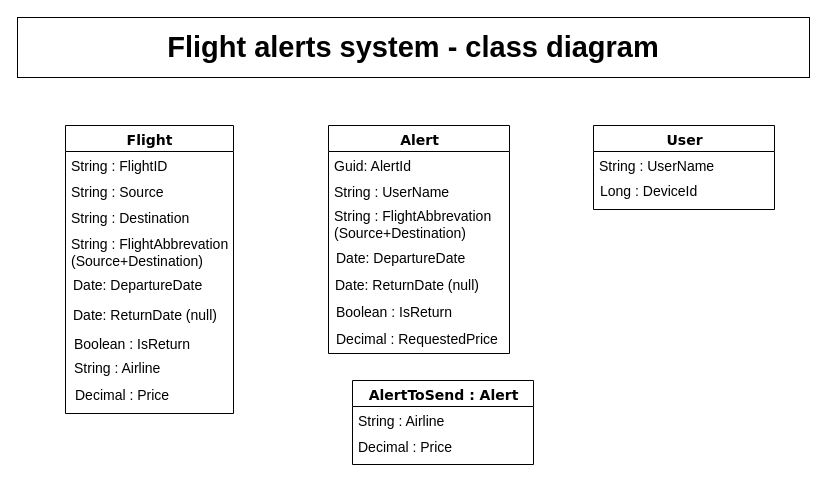
Yairthurem/AlertsSolution keeps this draw.io diagram as ClassDiagram.drawio. Above is the earlier version. Source tidied: cells renumbered, new cells numbered last; positions are measured from the earlier drawing's top-left corner, leaving out a move shared by most shapes. Both pictures are drawn from the tidied source at 100%, with x=0, y=0 at pixel (17, 17).
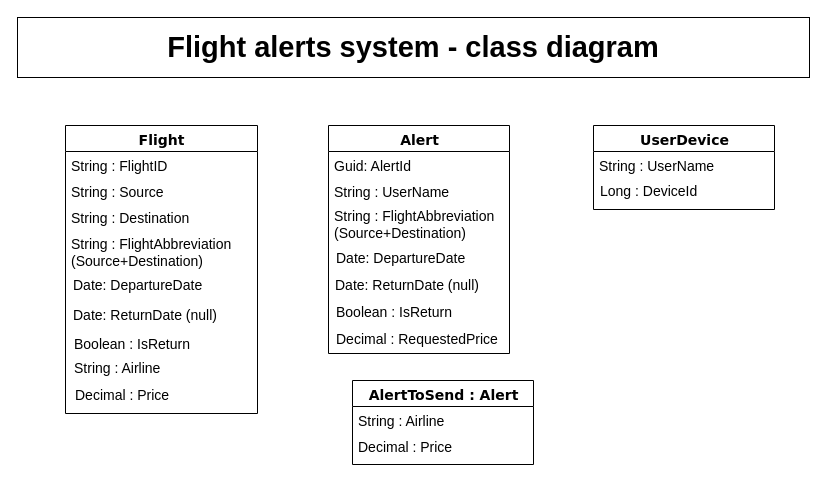
Above is the later version.

Commit message (it also covers changes not shown here):
Update diagrams Add explanation sheet

What changed in the source:
```diff
@@
     <mxCell id="2" value="Flight" style="swimlane;html=1;fontStyle=1;align=center;verticalAlign=top;horizontal=1;startSize=26;swimlaneFillColor=#ffffff;rounded=0;shadow=0;comic=0;labelBackgroundColor=none;strokeWidth=1;fillColor=none;fontFamily=Verdana;fontSize=14;" parent="1" vertex="1">
-      <mxGeometry x="48" y="108" width="168" height="288" as="geometry" />
+      <mxGeometry x="48" y="108" width="192" height="288" as="geometry" />
     </mxCell>
     <mxCell id="3" value="String : FlightID" style="text;html=1;strokeColor=none;fillColor=none;align=left;verticalAlign=top;spacingLeft=4;spacingRight=4;whiteSpace=wrap;overflow=hidden;fontSize=14;" parent="2" vertex="1">
-      <mxGeometry y="26" width="168" height="26" as="geometry" />
+      <mxGeometry y="26" width="192" height="26" as="geometry" />
     </mxCell>
     <mxCell id="4" value="String : Source" style="text;html=1;strokeColor=none;fillColor=none;align=left;verticalAlign=top;spacingLeft=4;spacingRight=4;whiteSpace=wrap;overflow=hidden;fontSize=14;" parent="2" vertex="1">
-      <mxGeometry y="52" width="168" height="26" as="geometry" />
+      <mxGeometry y="52" width="192" height="26" as="geometry" />
     </mxCell>
     <mxCell id="5" value="String : Destination" style="text;html=1;strokeColor=none;fillColor=none;align=left;verticalAlign=top;spacingLeft=4;spacingRight=4;whiteSpace=wrap;overflow=hidden;fontSize=14;" parent="2" vertex="1">
-      <mxGeometry y="78" width="168" height="26" as="geometry" />
+      <mxGeometry y="78" width="192" height="26" as="geometry" />
     </mxCell>
@@
-    <mxCell id="8" value="String : FlightAbbrevation (Source+Destination)" style="text;html=1;strokeColor=none;fillColor=none;align=left;verticalAlign=top;spacingLeft=4;spacingRight=4;whiteSpace=wrap;overflow=hidden;fontSize=14;" parent="1" vertex="1">
-      <mxGeometry x="48" y="212" width="168" height="45" as="geometry" />
+    <mxCell id="8" value="String : FlightAbbreviation&amp;nbsp; (Source+Destination)" style="text;html=1;strokeColor=none;fillColor=none;align=left;verticalAlign=top;spacingLeft=4;spacingRight=4;whiteSpace=wrap;overflow=hidden;fontSize=14;" parent="1" vertex="1">
+      <mxGeometry x="48" y="212" width="192" height="45" as="geometry" />
     </mxCell>
@@
-    <mxCell id="16" value="String : FlightAbbrevation (Source+Destination)" style="text;html=1;strokeColor=none;fillColor=none;align=left;verticalAlign=top;spacingLeft=4;spacingRight=4;whiteSpace=wrap;overflow=hidden;fontSize=14;" parent="1" vertex="1">
-      <mxGeometry x="311" y="184" width="168" height="45" as="geometry" />
+    <mxCell id="16" value="String : FlightAbbreviation (Source+Destination)" style="text;html=1;strokeColor=none;fillColor=none;align=left;verticalAlign=top;spacingLeft=4;spacingRight=4;whiteSpace=wrap;overflow=hidden;fontSize=14;" parent="1" vertex="1">
+      <mxGeometry x="311" y="184" width="181" height="45" as="geometry" />
     </mxCell>
@@
-    <mxCell id="23" value="User" style="swimlane;html=1;fontStyle=1;align=center;verticalAlign=top;horizontal=1;startSize=26;swimlaneFillColor=#ffffff;rounded=0;shadow=0;comic=0;labelBackgroundColor=none;strokeWidth=1;fillColor=none;fontFamily=Verdana;fontSize=14;" parent="1" vertex="1">
+    <mxCell id="23" value="UserDevice" style="swimlane;html=1;fontStyle=1;align=center;verticalAlign=top;horizontal=1;startSize=26;swimlaneFillColor=#ffffff;rounded=0;shadow=0;comic=0;labelBackgroundColor=none;strokeWidth=1;fillColor=none;fontFamily=Verdana;fontSize=14;" parent="1" vertex="1">
       <mxGeometry x="576" y="108" width="181" height="84" as="geometry" />
     </mxCell>
```
